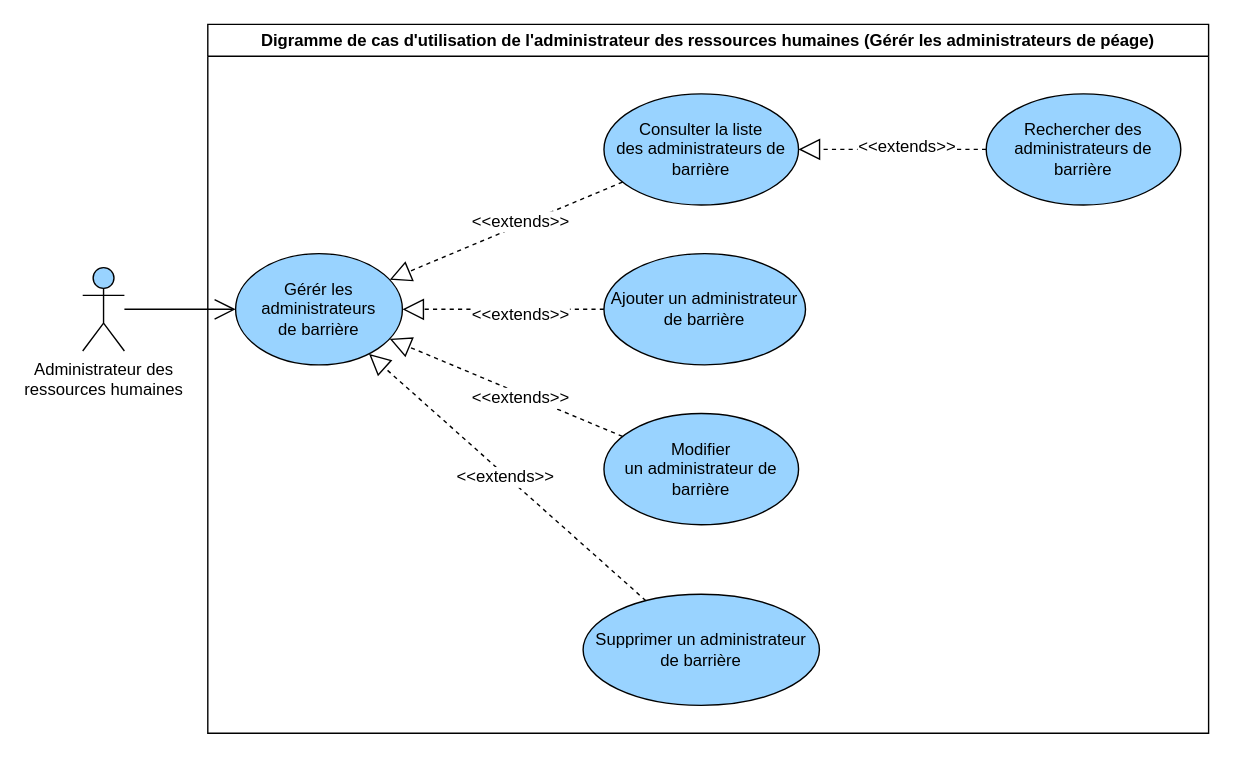
The draw.io diagram page "Gerer les administrateurs de barriere" (3 of 4) of diagrams/use-case/administrateur-des-ressources-humaines.drawio in devlotfi/peage-pay, before the edit. Source tidied: cells renumbered, new cells numbered last; positions are measured from the earlier drawing's top-left corner, leaving out a move shared by most shapes. Both pictures are drawn from the tidied source at 139%, with x=0, y=0 at pixel (82, 24).
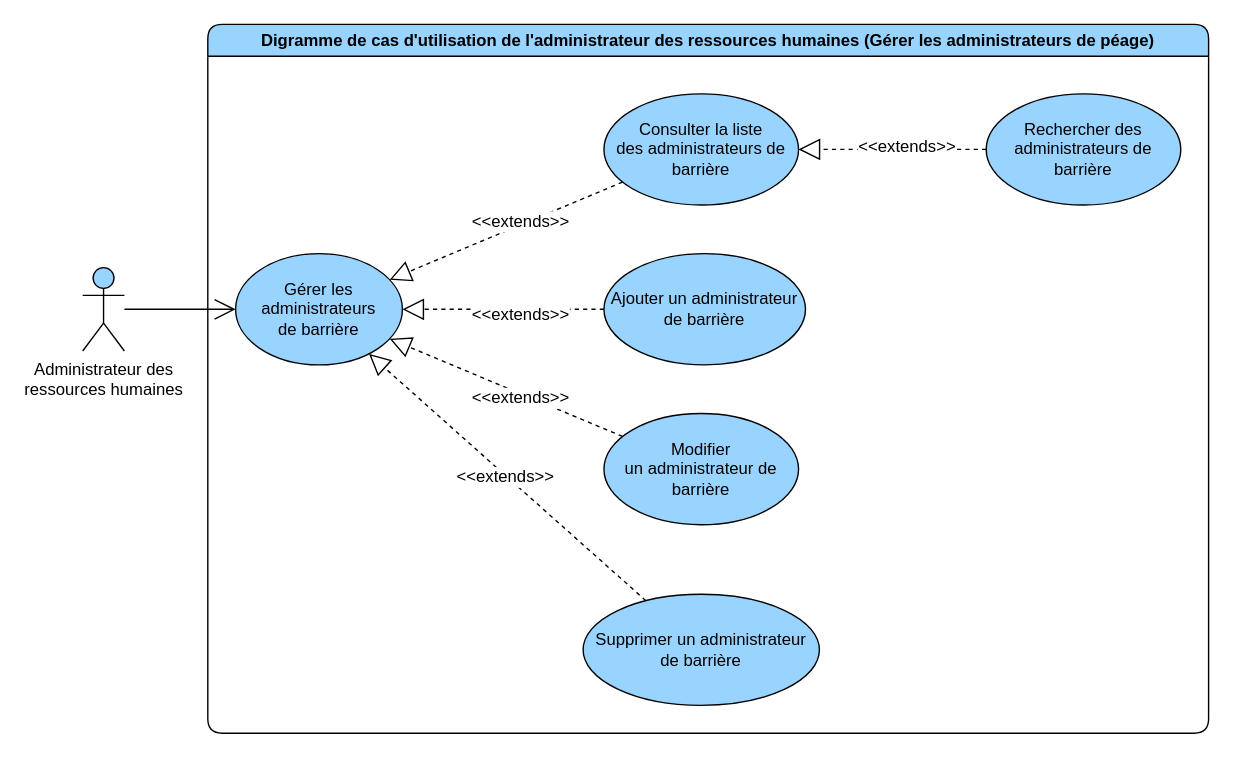
Above is the later version.

The edit, as a diff of the source:
```diff
@@
-    <mxCell id="2" value="Digramme de cas d'utilisation de l'administrateur des ressources humaines (Gérér les administrateurs de péage)" style="swimlane;whiteSpace=wrap;html=1;" parent="1" vertex="1">
+    <mxCell id="2" value="Digramme de cas d'utilisation de l'administrateur des ressources humaines (Gérer les administrateurs de péage)" style="swimlane;whiteSpace=wrap;html=1;rounded=1;fillColor=#99D3FF;" parent="1" vertex="1">
       <mxGeometry x="90" width="720" height="510" as="geometry" />
     </mxCell>
-    <mxCell id="3" value="Gérér les administrateurs de&amp;nbsp;barrière" style="ellipse;whiteSpace=wrap;html=1;strokeColor=default;align=center;verticalAlign=middle;fontFamily=Helvetica;fontSize=12;fontColor=default;fillColor=#99D3FF;" parent="2" vertex="1">
+    <mxCell id="3" value="Gérer les administrateurs de&amp;nbsp;barrière" style="ellipse;whiteSpace=wrap;html=1;strokeColor=default;align=center;verticalAlign=middle;fontFamily=Helvetica;fontSize=12;fontColor=default;fillColor=#99D3FF;" parent="2" vertex="1">
       <mxGeometry x="20" y="165" width="120" height="80" as="geometry" />
     </mxCell>
```
